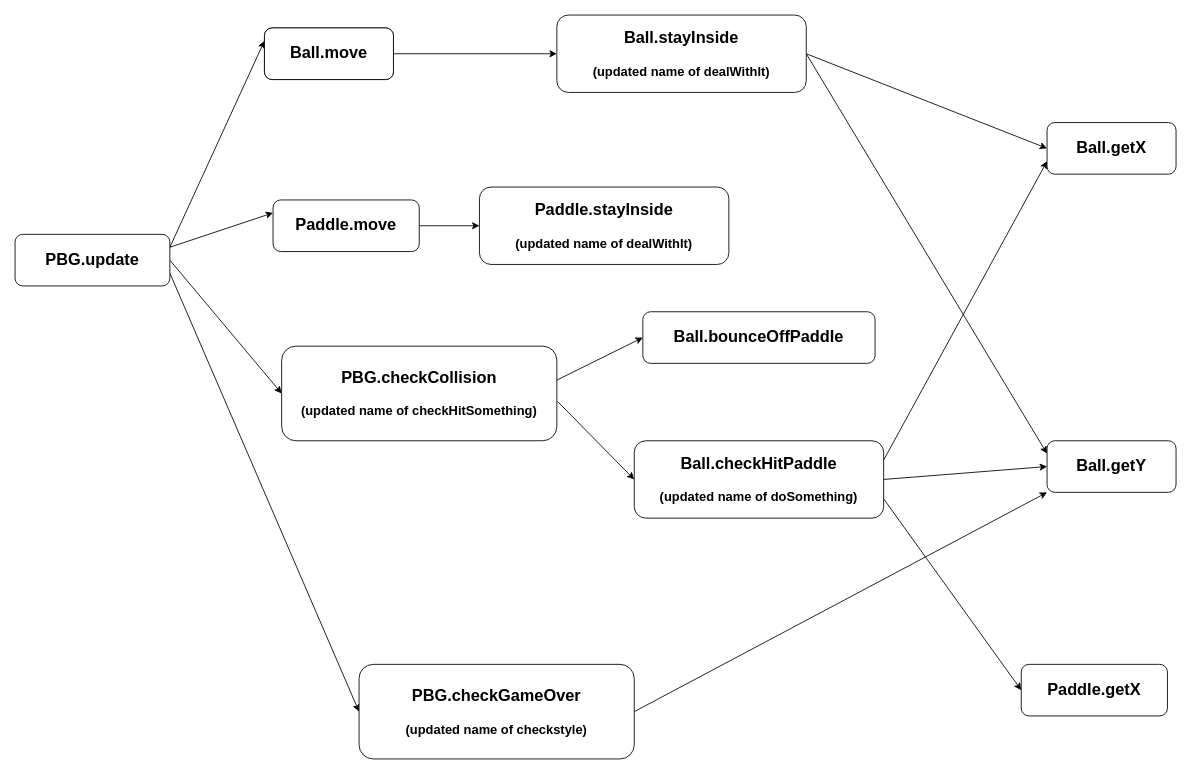
Above: Lab2/Lab2CallGraphupdate.drawio in Aimee-v-yh/draw.io (draw.io), before the change. Source tidied: cells renumbered, new cells numbered last; positions are measured from the earlier drawing's top-left corner, leaving out a move shared by most shapes. Both pictures are drawn from the tidied source at 86%, with x=0, y=0 at pixel (15, 15).
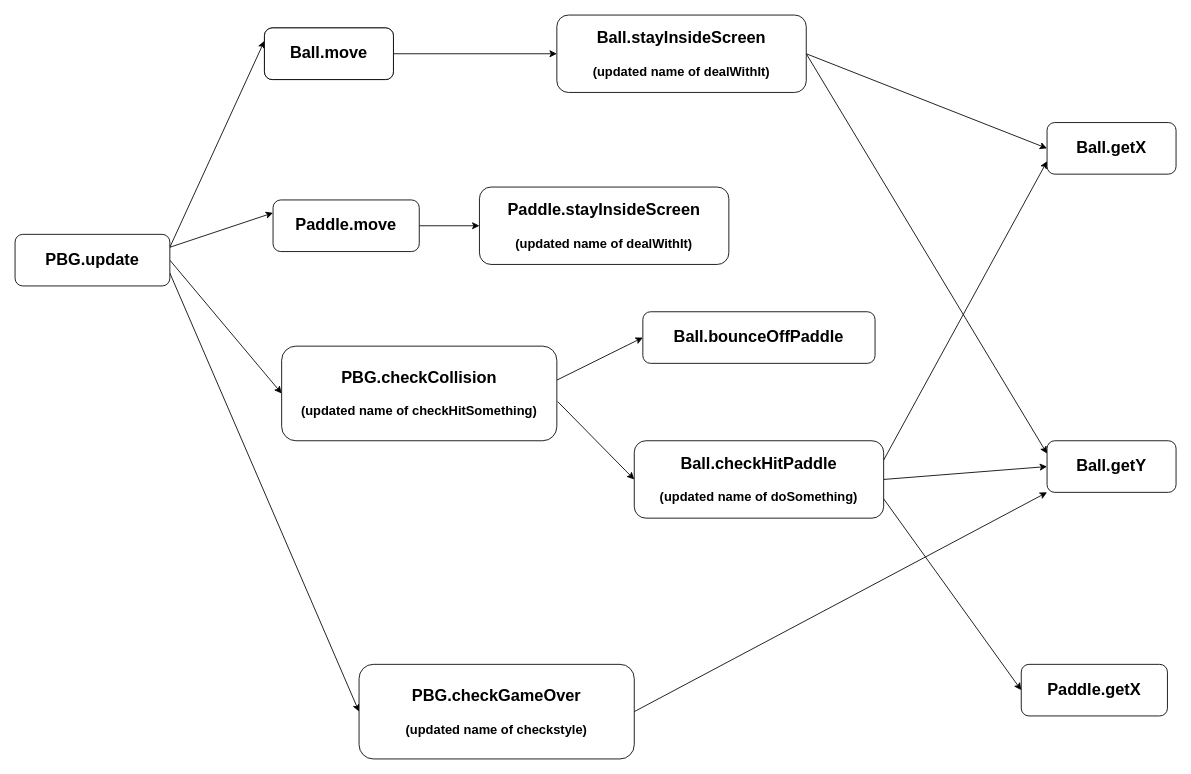
After the change.

The edit, as a diff of the source:
```diff
@@
-    <mxCell id="12" value="&lt;b style=&quot;&quot;&gt;&lt;font style=&quot;font-size: 19px;&quot;&gt;Ball.stayInside&lt;/font&gt;&lt;br&gt;&lt;font style=&quot;font-size: 15px;&quot;&gt;&lt;br&gt;(updated name of dealWithIt)&lt;/font&gt;&lt;/b&gt;" style="rounded=1;whiteSpace=wrap;html=1;" parent="1" vertex="1">
+    <mxCell id="12" value="&lt;b style=&quot;&quot;&gt;&lt;font style=&quot;font-size: 19px;&quot;&gt;Ball.stayInsideScreen&lt;/font&gt;&lt;br&gt;&lt;font style=&quot;font-size: 15px;&quot;&gt;&lt;br&gt;(updated name of dealWithIt)&lt;/font&gt;&lt;/b&gt;" style="rounded=1;whiteSpace=wrap;html=1;" parent="1" vertex="1">
       <mxGeometry x="630" width="290" height="90" as="geometry" />
     </mxCell>
@@
-    <mxCell id="17" value="&lt;b style=&quot;&quot;&gt;&lt;font style=&quot;font-size: 19px;&quot;&gt;Paddle.stayInside&lt;/font&gt;&lt;br&gt;&lt;font style=&quot;font-size: 15px;&quot;&gt;&lt;br&gt;(updated name of dealWithIt)&lt;/font&gt;&lt;/b&gt;" style="rounded=1;whiteSpace=wrap;html=1;" parent="1" vertex="1">
+    <mxCell id="17" value="&lt;b style=&quot;&quot;&gt;&lt;font style=&quot;font-size: 19px;&quot;&gt;Paddle.stayInsideScreen&lt;/font&gt;&lt;br&gt;&lt;font style=&quot;font-size: 15px;&quot;&gt;&lt;br&gt;(updated name of dealWithIt)&lt;/font&gt;&lt;/b&gt;" style="rounded=1;whiteSpace=wrap;html=1;" parent="1" vertex="1">
       <mxGeometry x="540" y="200" width="290" height="90" as="geometry" />
     </mxCell>
```
